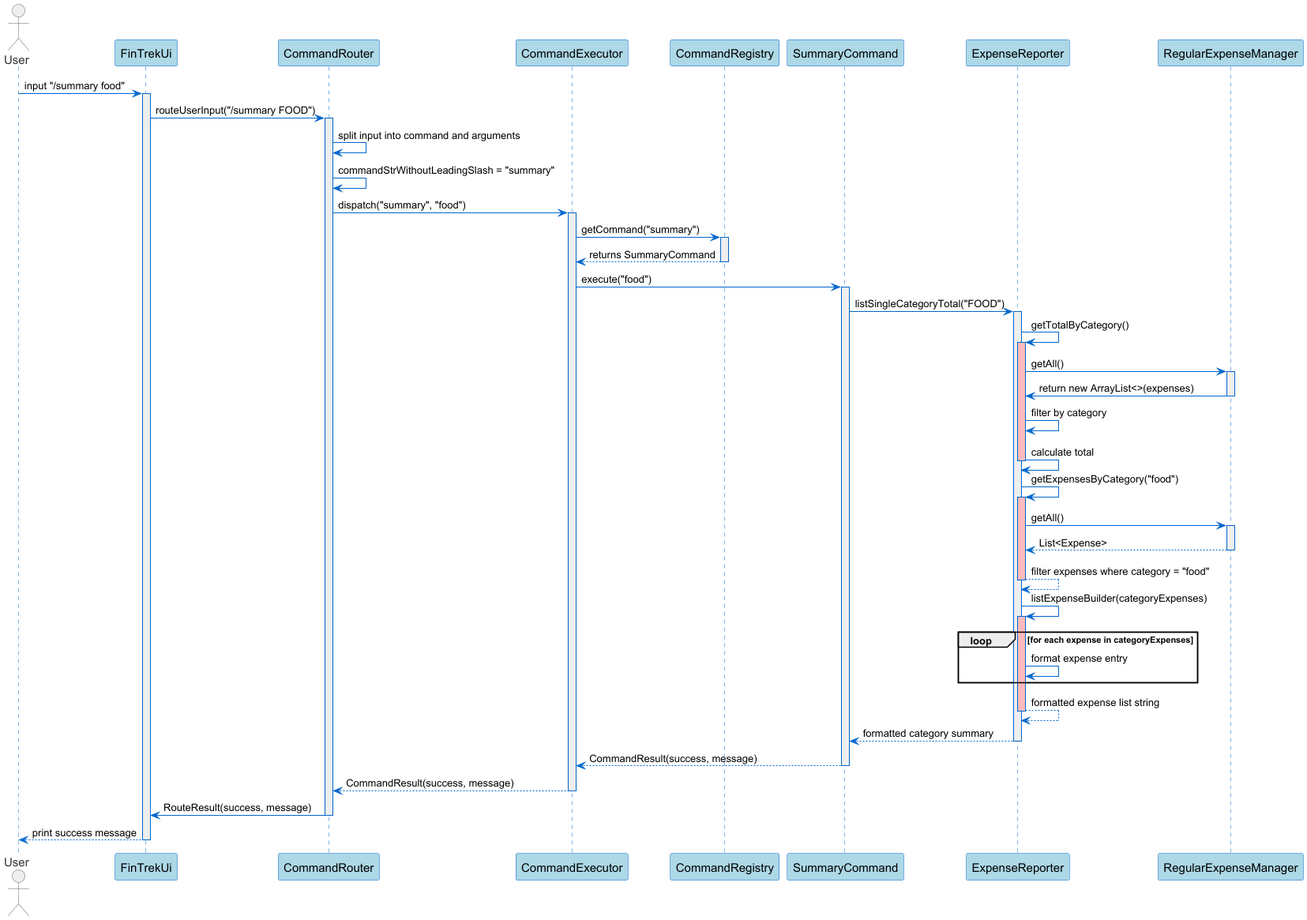
Earlier version of the PlantUML export docs/images/summary.png (randust/tp).
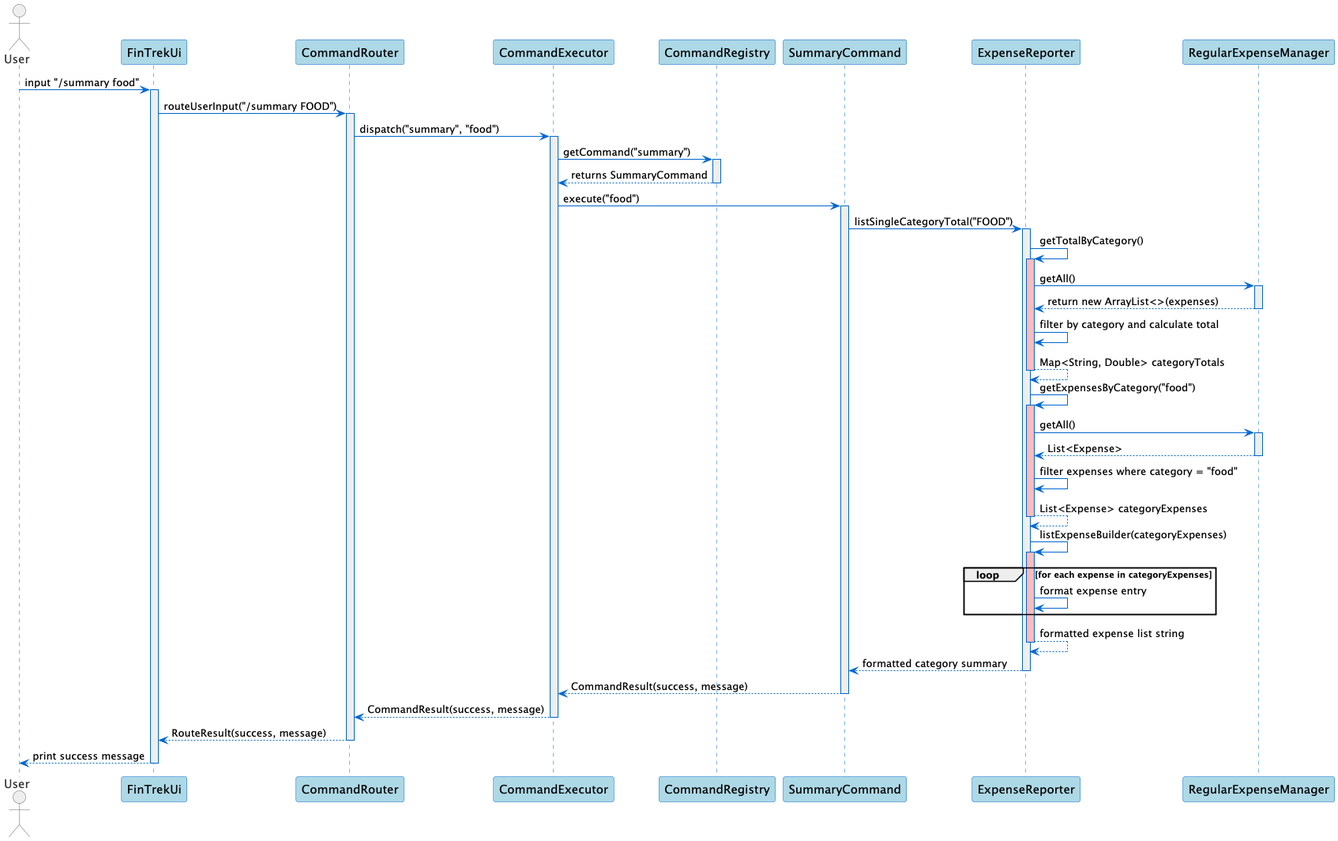
Above is the later version.

Commit message:
Update DG, add and summary sequence diagram

The edit, as a diff of the source:
```diff
@@ -35,9 +35,6 @@
 FT -> router: routeUserInput("/summary FOOD")
 activate router
 
-router -> router: split input into command and arguments
-router -> router: commandStrWithoutLeadingSlash = "summary"
-
 router -> executor: dispatch("summary", "food")
 activate executor
 
@@ -59,11 +56,11 @@
 ER -> REM: getAll()
 activate REM
 
-REM -> ER: return new ArrayList<>(expenses)
+REM --> ER: return new ArrayList<>(expenses)
 deactivate REM
 
-ER -> ER: filter by category
-ER -> ER: calculate total
+ER -> ER: filter by category and calculate total
+ER --> ER: Map<String, Double> categoryTotals
 deactivate ER
 
 ER -> ER: getExpensesByCategory("food")
@@ -75,7 +72,8 @@
 REM --> ER: List<Expense>
 deactivate REM
 
-ER --> ER: filter expenses where category = "food"
+ER -> ER: filter expenses where category = "food"
+ER --> ER: List<Expense> categoryExpenses
 deactivate ER
 
 ER -> ER: listExpenseBuilder(categoryExpenses)
@@ -97,7 +95,7 @@
 executor --> router: CommandResult(success, message)
 deactivate executor
 
-router -> FT: RouteResult(success, message)
+router --> FT: RouteResult(success, message)
 deactivate router
 
 FT --> user: print success message
```
